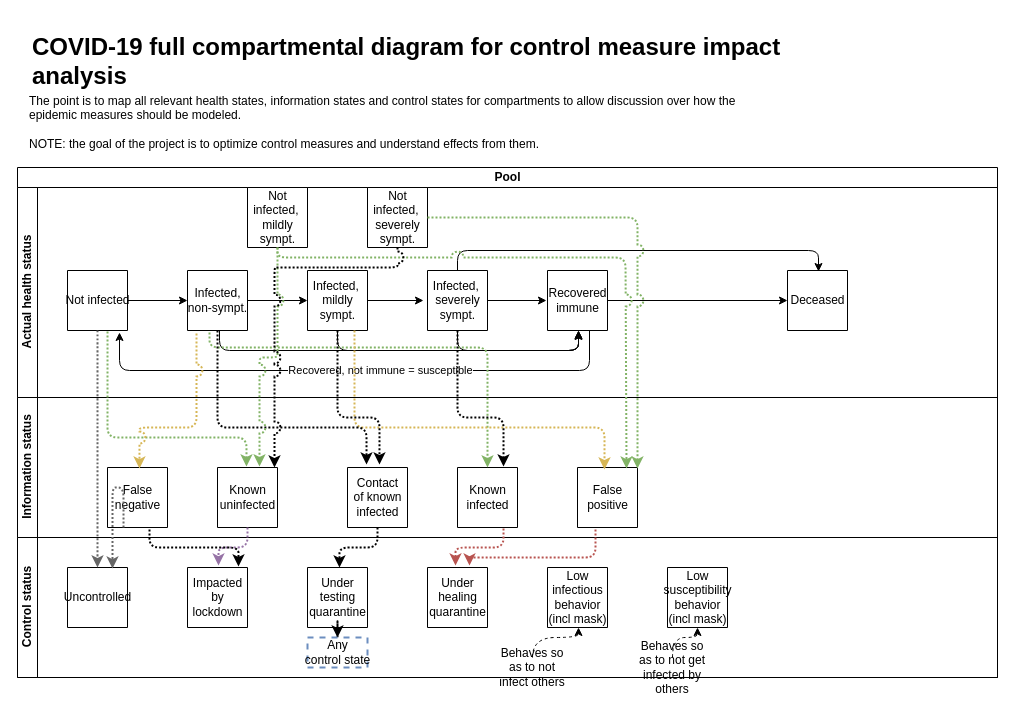
lauri-neuvonen/BHM_Covid_Testing keeps this draw.io diagram as page "Full_process_diagram" (2 of 3) of documentation/model_flowcharts.drawio. Above is the earlier version. Source tidied: cells renumbered, new cells numbered last; positions are measured from the earlier drawing's top-left corner, leaving out a move shared by most shapes. Both pictures are drawn from the tidied source at 100%, with x=0, y=0 at pixel (17, 27).
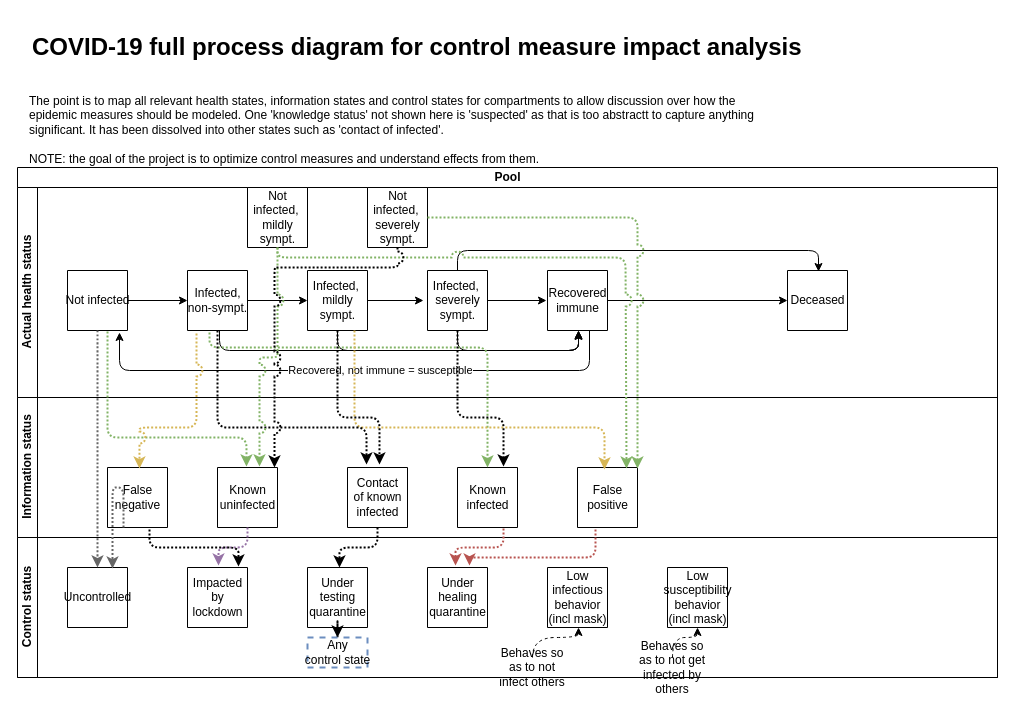
The same diagram, later.

Commit message:
Updated model diagrams with potential improvements

What changed in the source:
```diff
@@
-    <mxCell id="60" value="The point is to map all relevant health states, information states and control states for compartments to allow discussion over how the epidemic measures should be modeled.&lt;br&gt;&lt;br&gt;NOTE: the goal of the project is to optimize control measures and understand effects from them.&amp;nbsp;" style="text;html=1;strokeColor=none;fillColor=none;align=left;verticalAlign=top;whiteSpace=wrap;rounded=0;" parent="1" vertex="1">
+    <mxCell id="60" value="The point is to map all relevant health states, information states and control states for compartments to allow discussion over how the epidemic measures should be modeled. One 'knowledge status' not shown here is 'suspected' as that is too abstractt to capture anything significant. It has been dissolved into other states such as 'contact of infected'.&lt;br&gt;&lt;br&gt;NOTE: the goal of the project is to optimize control measures and understand effects from them.&amp;nbsp;" style="text;html=1;strokeColor=none;fillColor=none;align=left;verticalAlign=top;whiteSpace=wrap;rounded=0;" parent="1" vertex="1">
       <mxGeometry x="10" y="60" width="750" height="80" as="geometry" />
     </mxCell>
-    <mxCell id="61" value="&lt;h1&gt;COVID-19 full compartmental diagram for control measure impact analysis&lt;br&gt;&lt;/h1&gt;" style="text;html=1;strokeColor=none;fillColor=none;spacing=5;spacingTop=-20;whiteSpace=wrap;overflow=hidden;rounded=0;dashed=1;align=left;verticalAlign=top;" parent="1" vertex="1">
+    <mxCell id="61" value="&lt;h1&gt;COVID-19 full process diagram for control measure impact analysis&lt;br&gt;&lt;/h1&gt;" style="text;html=1;strokeColor=none;fillColor=none;spacing=5;spacingTop=-20;whiteSpace=wrap;overflow=hidden;rounded=0;dashed=1;align=left;verticalAlign=top;" parent="1" vertex="1">
       <mxGeometry x="10" width="780" height="70" as="geometry" />
     </mxCell>
```
